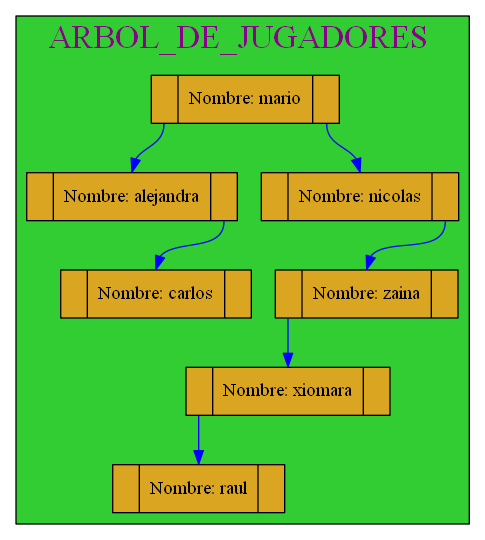
mariotun/EDD_1S2020_PY1_201602942 keeps this Graphviz diagram as Graficas/Arbol_Jugadores.dot.png. Above is the earlier version. Its source is kept beside it as Graficas/Arbol_Jugadores.dot. Its diagram source:
```dot
digraph ArbolBB{
subgraph cluster_1 {

label= "ARBOL_DE_JUGADORES ";
labelloc=t;
fontcolor=magenta4;
fontsize=25;
style=filled;
fillcolor=limegreen;
node[shape=record,height=0.5 style=filled fontcolor=black fillcolor=goldenrod ];


25769968848[label="<f0> |<f1>Nombre: mario |<f2> " ];
25770344336[label="<f0> |<f1>Nombre: alejandra |<f2>" ]
25770344608[label="<f0> |<f1>Nombre: nicolas |<f2>" ]
25770344912[label="<f0> |<f1>Nombre: carlos |<f2>" ]
25770344912[label="<f0> |<f1>Nombre: carlos |<f2>" ]
25770344992[label="<f0> |<f1>Nombre: zaina |<f2>" ]
25770344992[label="<f0> |<f1>Nombre: zaina |<f2>" ]
25770345472[label="<f0> |<f1>Nombre: xiomara |<f2>" ]
25770345472[label="<f0> |<f1>Nombre: xiomara |<f2>" ]
25770345472[label="<f0> |<f1>Nombre: xiomara |<f2>" ]
25770345552[label="<f0> |<f1>Nombre: raul |<f2>" ]
25770345552[label="<f0> |<f1>Nombre: raul |<f2>" ]
25770345552[label="<f0> |<f1>Nombre: raul |<f2>" ]
25770345552[label="<f0> |<f1>Nombre: raul |<f2>" ]

25769968848:f0->25770344336:f1 [color=blue]
25769968848:f2->25770344608:f1 [color=blue ]
25770344336:f2->25770344912:f1 [color=blue ]
25770344608:f2->25770344992:f1 [color=blue ]
25770344992:f0->25770345472:f1 [color=blue]
25770345472:f0->25770345552:f1 [color=blue]

 }

 }
```
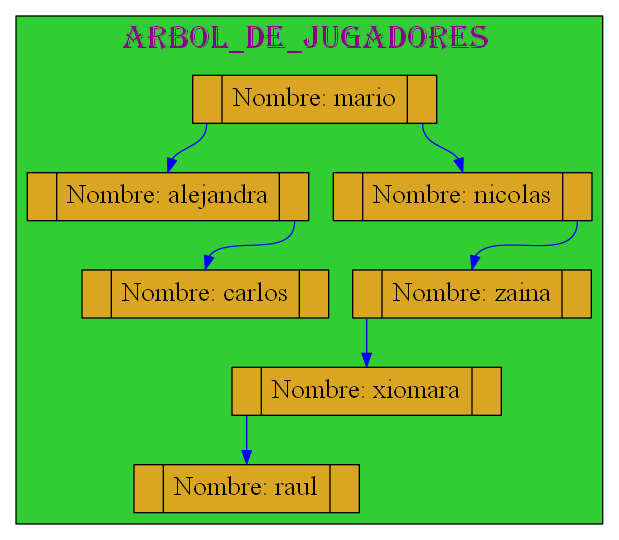
Later version of the same file.

Diff of the diagram source:
```diff
@@ -4,33 +4,34 @@
 label= "ARBOL_DE_JUGADORES ";
 labelloc=t;
 fontcolor=magenta4;
+fontname=algerian
 fontsize=25;
 style=filled;
 fillcolor=limegreen;
-node[shape=record,height=0.5 style=filled fontcolor=black fillcolor=goldenrod ];
+node[shape=record,height=0.5 style=filled fontcolor=black fillcolor=goldenrod fontsize=20 ];
 
 
 25769968848[label="<f0> |<f1>Nombre: mario |<f2> " ];
-25770344336[label="<f0> |<f1>Nombre: alejandra |<f2>" ]
-25770344608[label="<f0> |<f1>Nombre: nicolas |<f2>" ]
-25770344912[label="<f0> |<f1>Nombre: carlos |<f2>" ]
-25770344912[label="<f0> |<f1>Nombre: carlos |<f2>" ]
-25770344992[label="<f0> |<f1>Nombre: zaina |<f2>" ]
-25770344992[label="<f0> |<f1>Nombre: zaina |<f2>" ]
-25770345472[label="<f0> |<f1>Nombre: xiomara |<f2>" ]
-25770345472[label="<f0> |<f1>Nombre: xiomara |<f2>" ]
-25770345472[label="<f0> |<f1>Nombre: xiomara |<f2>" ]
-25770345552[label="<f0> |<f1>Nombre: raul |<f2>" ]
-25770345552[label="<f0> |<f1>Nombre: raul |<f2>" ]
-25770345552[label="<f0> |<f1>Nombre: raul |<f2>" ]
-25770345552[label="<f0> |<f1>Nombre: raul |<f2>" ]
+25770344352[label="<f0> |<f1>Nombre: alejandra |<f2>" ]
+25770344624[label="<f0> |<f1>Nombre: nicolas |<f2>" ]
+25770344928[label="<f0> |<f1>Nombre: carlos |<f2>" ]
+25770344928[label="<f0> |<f1>Nombre: carlos |<f2>" ]
+25770345008[label="<f0> |<f1>Nombre: zaina |<f2>" ]
+25770345008[label="<f0> |<f1>Nombre: zaina |<f2>" ]
+25770345488[label="<f0> |<f1>Nombre: xiomara |<f2>" ]
+25770345488[label="<f0> |<f1>Nombre: xiomara |<f2>" ]
+25770345488[label="<f0> |<f1>Nombre: xiomara |<f2>" ]
+25770345568[label="<f0> |<f1>Nombre: raul |<f2>" ]
+25770345568[label="<f0> |<f1>Nombre: raul |<f2>" ]
+25770345568[label="<f0> |<f1>Nombre: raul |<f2>" ]
+25770345568[label="<f0> |<f1>Nombre: raul |<f2>" ]
 
-25769968848:f0->25770344336:f1 [color=blue]
-25769968848:f2->25770344608:f1 [color=blue ]
-25770344336:f2->25770344912:f1 [color=blue ]
-25770344608:f2->25770344992:f1 [color=blue ]
-25770344992:f0->25770345472:f1 [color=blue]
-25770345472:f0->25770345552:f1 [color=blue]
+25769968848:f0->25770344352:f1 [color=blue]
+25769968848:f2->25770344624:f1 [color=blue ]
+25770344352:f2->25770344928:f1 [color=blue ]
+25770344624:f2->25770345008:f1 [color=blue ]
+25770345008:f0->25770345488:f1 [color=blue]
+25770345488:f0->25770345568:f1 [color=blue]
 
  }
 
```
